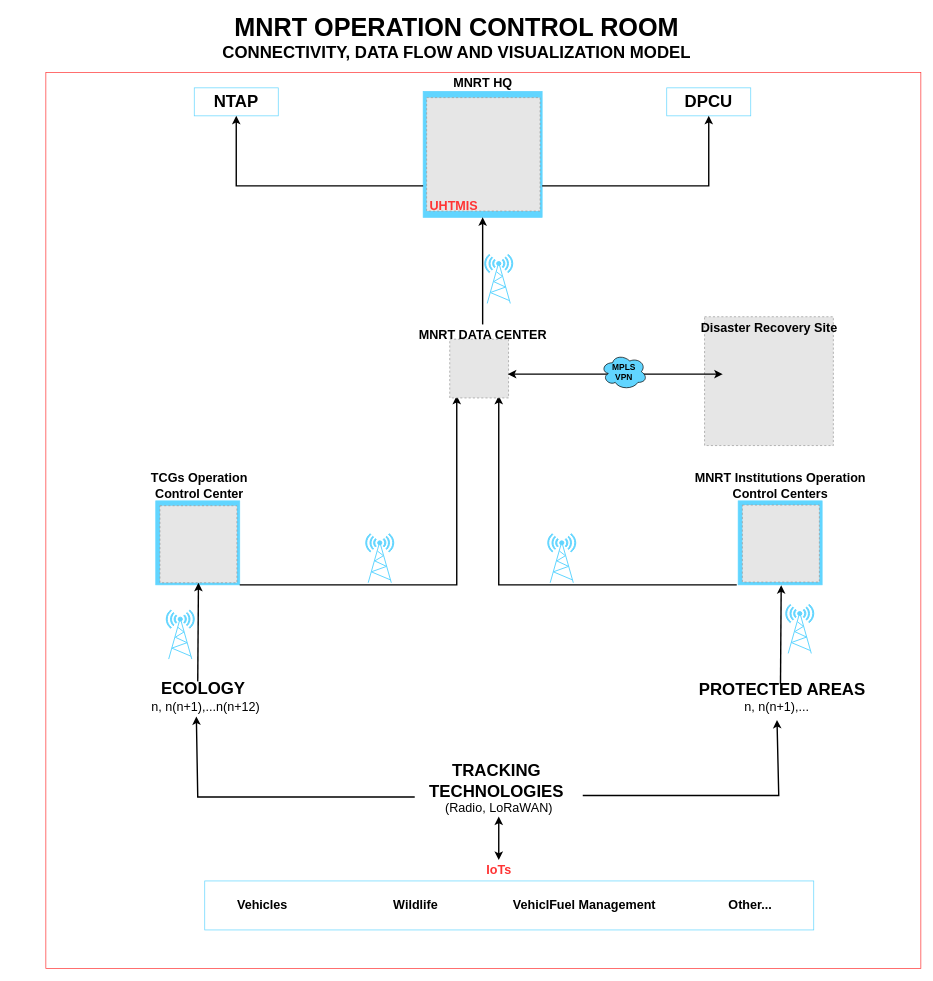
Before: control-room.drawio in MbalamulaS/tech-diagrams, a draw.io diagram. Source tidied: cells renumbered, new cells numbered last; positions are measured from the earlier drawing's top-left corner, leaving out a move shared by most shapes. Both pictures are drawn from the tidied source at 70%, with x=0, y=0 at pixel (12, 16). Pictures stored in the file or linked from it are replaced by grey dashed boxes.
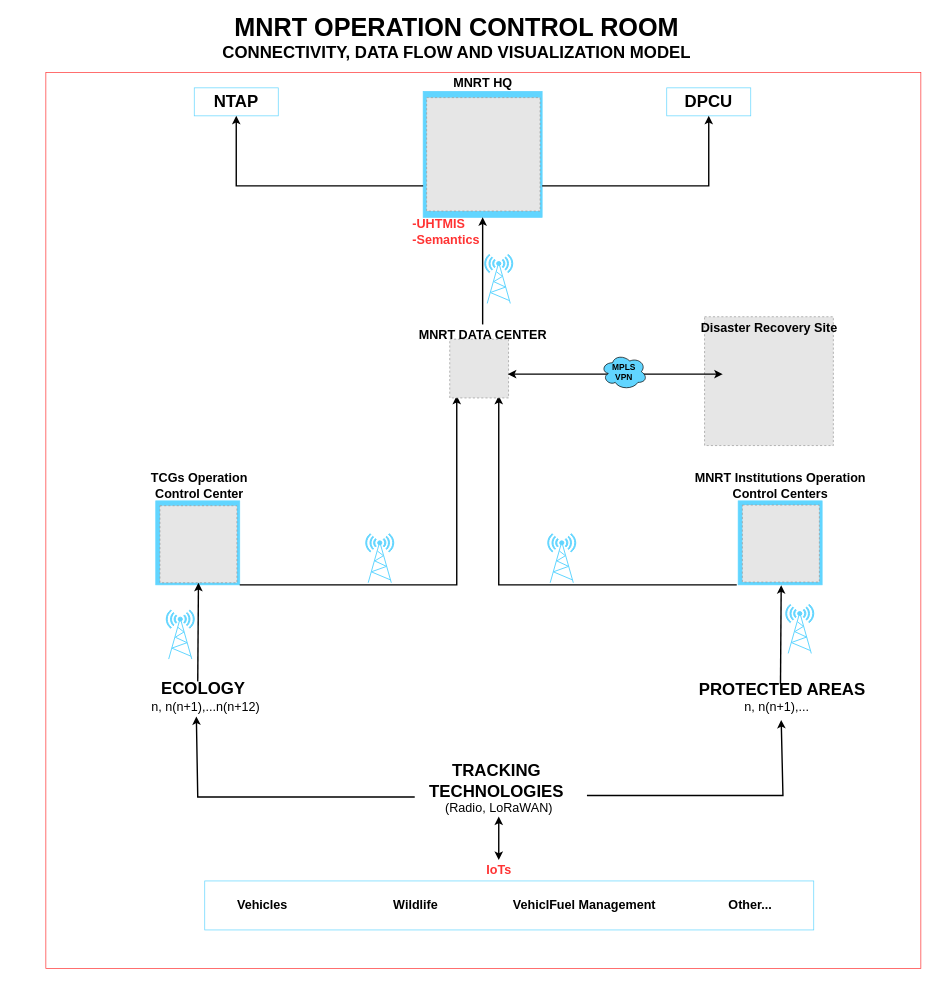
The same page after the edit.

The edit, as a diff of the source:
```diff
@@
-    <mxCell id="30" value="&lt;b&gt;&lt;font style=&quot;font-size: 18px;&quot; color=&quot;#ff3333&quot;&gt;UHTMIS&lt;/font&gt;&lt;/b&gt;" style="text;html=1;align=center;verticalAlign=middle;whiteSpace=wrap;rounded=0;" parent="1" vertex="1">
-      <mxGeometry x="601" y="256" width="60" height="30" as="geometry" />
+    <mxCell id="30" value="&lt;div align=&quot;left&quot;&gt;&lt;b&gt;&lt;font style=&quot;font-size: 18px;&quot; color=&quot;#ff3333&quot;&gt;-UHTMIS&lt;/font&gt;&lt;/b&gt;&lt;/div&gt;&lt;div align=&quot;left&quot;&gt;&lt;b&gt;&lt;font style=&quot;font-size: 18px;&quot; color=&quot;#ff3333&quot;&gt;-Semantics&lt;/font&gt;&lt;/b&gt;&lt;/div&gt;" style="text;html=1;align=left;verticalAlign=middle;whiteSpace=wrap;rounded=0;" parent="1" vertex="1">
+      <mxGeometry x="570" y="286" width="130" height="44" as="geometry" />
     </mxCell>
@@
     <mxCell id="48" style="endArrow=classic;html=1;rounded=0;shadow=0;strokeColor=default;strokeWidth=2;align=center;verticalAlign=middle;fontFamily=Helvetica;fontSize=11;fontColor=default;labelBackgroundColor=default;fillColor=#515151;entryX=0.5;entryY=1;entryDx=0;entryDy=0;" parent="1" edge="1">
       <mxGeometry relative="1" as="geometry">
-        <mxPoint x="815" y="1113" as="sourcePoint" />
-        <mxPoint x="1092.5" y="1005" as="targetPoint" />
+        <mxPoint x="821" y="1113" as="sourcePoint" />
+        <mxPoint x="1098.5" y="1005" as="targetPoint" />
         <Array as="points">
-          <mxPoint x="1095" y="1113" />
+          <mxPoint x="1101" y="1113" />
         </Array>
       </mxGeometry>
     </mxCell>
```
